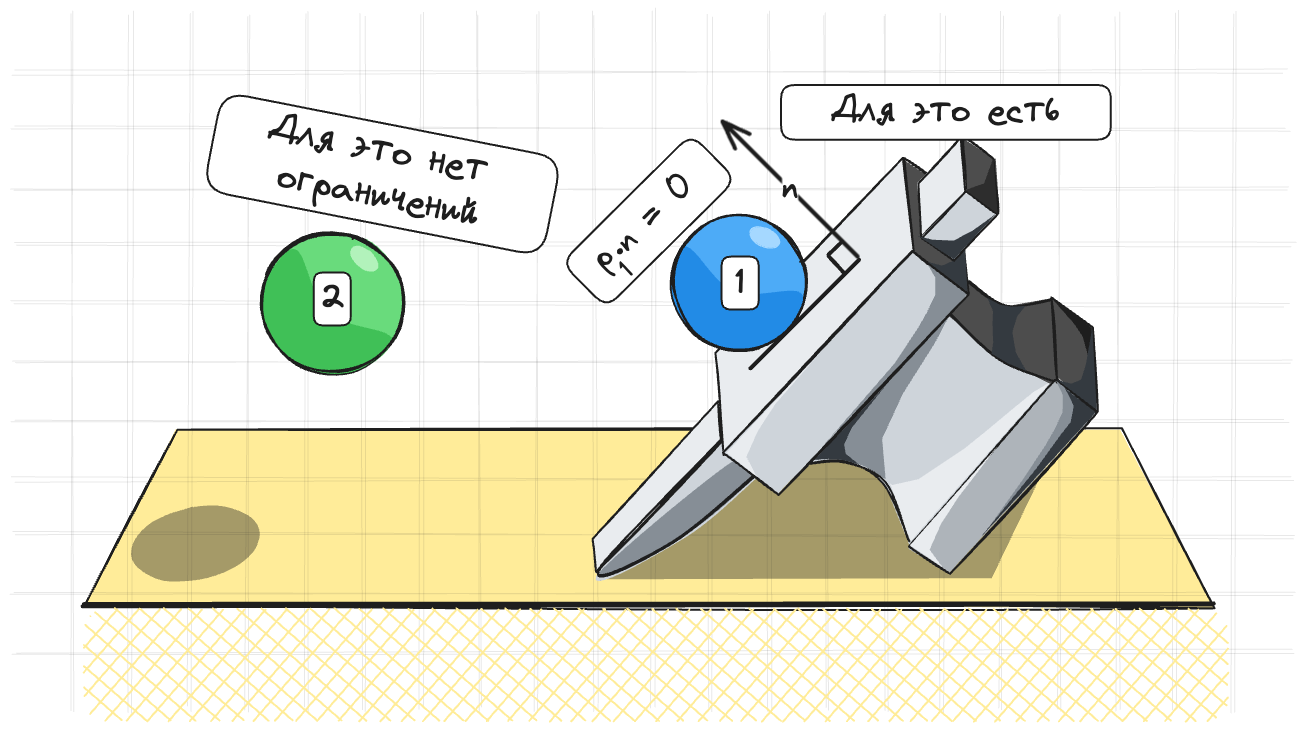
kozakromch/game_physics_2 keeps this Excalidraw diagram as assets/images/constraints/pbd/collision_static.excalidraw.png. Above is the earlier version. Source tidied: one line per element, renumbered; positions are measured from the earlier drawing's top-left corner, leaving out a move shared by most shapes.
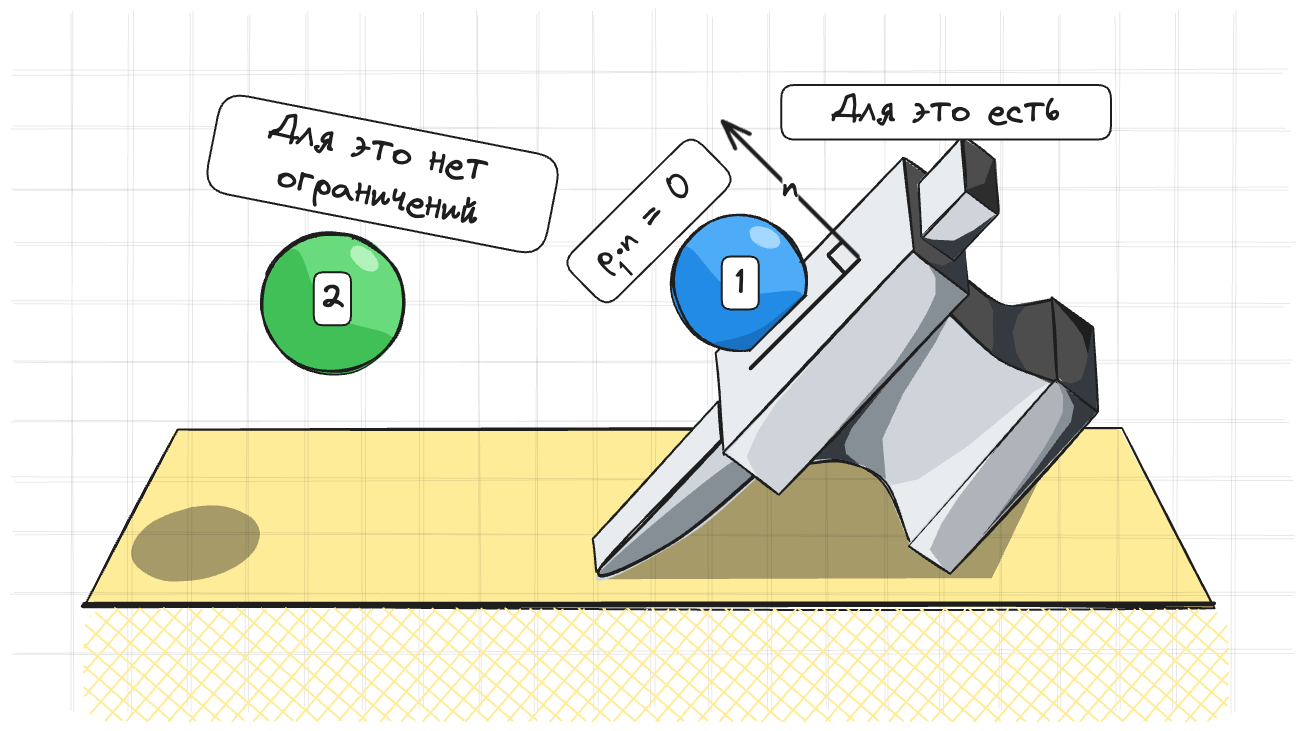
Above is the later version.

Change to the diagram source:
```diff
@@ -9,21 +9,21 @@
 {"id": 8, "type": "line", "strokeColor": "#1e1e1e", "strokeWidth": 1, "roughness": 2, "opacity": 10, "round": true, "x": 290, "y": 174, "width": 1280, "height": 0, "points": [[0, 0], [1280, 0]]}
 {"id": 9, "type": "line", "strokeColor": "#1e1e1e", "strokeWidth": 1, "roughness": 2, "opacity": 10, "round": true, "x": 289, "y": 522, "width": 1282, "height": 0, "points": [[0, 0], [1282, 0]]}
 {"id": 10, "type": "line", "strokeColor": "#1e1e1e", "strokeWidth": 1, "roughness": 2, "opacity": 10, "round": true, "x": 290, "y": 233, "width": 1271, "height": 0, "points": [[0, 0], [1271, 0]]}
-{"id": 11, "type": "line", "strokeColor": "#1e1e1e", "strokeWidth": 1, "roughness": 2, "opacity": 10, "round": true, "x": 290, "y": 580, "width": 1279, "height": 0, "points": [[0, 0], [1279, 0]]}
+{"id": 11, "type": "line", "strokeColor": "#1e1e1e", "strokeWidth": 1, "roughness": 2, "opacity": 10, "round": true, "x": 289, "y": 580, "width": 1279, "height": 0, "points": [[0, 0], [1279, 0]]}
 {"id": 12, "type": "line", "strokeColor": "#1e1e1e", "strokeWidth": 1, "roughness": 2, "opacity": 10, "round": true, "x": 291, "y": 290, "width": 1277, "height": 0, "points": [[0, 0], [1277, 0]]}
-{"id": 13, "type": "line", "strokeColor": "#1e1e1e", "angle": 1.57, "strokeWidth": 1, "roughness": 2, "opacity": 10, "round": true, "x": 581, "y": 288, "width": 696, "height": 0, "points": [[0, 0], [696, 0]]}
+{"id": 13, "type": "line", "strokeColor": "#1e1e1e", "angle": 1.57, "strokeWidth": 1, "roughness": 2, "opacity": 10, "round": true, "x": 581, "y": 289, "width": 696, "height": 0, "points": [[0, 0], [696, 0]]}
-{"id": 14, "type": "line", "strokeColor": "#1e1e1e", "angle": 1.57, "strokeWidth": 1, "roughness": 2, "opacity": 10, "round": true, "x": 233, "y": 290, "width": 696, "height": 0, "points": [[0, 0], [696, 0]]}
+{"id": 14, "type": "line", "strokeColor": "#1e1e1e", "angle": 1.57, "strokeWidth": 1, "roughness": 2, "opacity": 10, "round": true, "x": 232, "y": 290, "width": 696, "height": 0, "points": [[0, 0], [696, 0]]}
 {"id": 15, "type": "line", "strokeColor": "#1e1e1e", "angle": 1.57, "strokeWidth": 1, "roughness": 2, "opacity": 10, "round": true, "x": 523, "y": 290, "width": 697, "height": 0, "points": [[0, 0], [697, 0]]}
 {"id": 16, "type": "line", "strokeColor": "#1e1e1e", "angle": 1.57, "strokeWidth": 1, "roughness": 2, "opacity": 10, "round": true, "x": 174, "y": 290, "width": 697, "height": 0, "points": [[0, 0], [697, 0]]}
-{"id": 17, "type": "line", "strokeColor": "#1e1e1e", "angle": 1.57, "strokeWidth": 1, "roughness": 2, "opacity": 10, "round": true, "x": 465, "y": 290, "width": 697, "height": 0, "points": [[0, 0], [697, 0]]}
+{"id": 17, "type": "line", "strokeColor": "#1e1e1e", "angle": 1.57, "strokeWidth": 1, "roughness": 2, "opacity": 10, "round": true, "x": 464, "y": 290, "width": 697, "height": 0, "points": [[0, 0], [697, 0]]}
 {"id": 18, "type": "line", "strokeColor": "#1e1e1e", "angle": 1.57, "strokeWidth": 1, "roughness": 2, "opacity": 10, "round": true, "x": 116, "y": 290, "width": 697, "height": 0, "points": [[0, 0], [697, 0]]}
 {"id": 19, "type": "line", "strokeColor": "#1e1e1e", "angle": 1.57, "strokeWidth": 1, "roughness": 2, "opacity": 10, "round": true, "x": 406, "y": 290, "width": 697, "height": 0, "points": [[0, 0], [697, 0]]}
 {"id": 20, "type": "line", "strokeColor": "#1e1e1e", "angle": 1.57, "strokeWidth": 1, "roughness": 2, "opacity": 10, "round": true, "x": 58, "y": 290, "width": 697, "height": 0, "points": [[0, 0], [697, 0]]}
-{"id": 21, "type": "line", "strokeColor": "#1e1e1e", "angle": 1.57, "strokeWidth": 1, "roughness": 2, "opacity": 10, "round": true, "x": 349, "y": 290, "width": 697, "height": 0, "points": [[0, 0], [697, 0]]}
+{"id": 21, "type": "line", "strokeColor": "#1e1e1e", "angle": 1.57, "strokeWidth": 1, "roughness": 2, "opacity": 10, "round": true, "x": 348, "y": 290, "width": 697, "height": 0, "points": [[0, 0], [697, 0]]}
 {"id": 22, "type": "line", "strokeColor": "#1e1e1e", "angle": 1.57, "strokeWidth": 1, "roughness": 2, "opacity": 10, "round": true, "x": 0, "y": 290, "width": 697, "height": 0, "points": [[0, 0], [697, 0]]}
 {"id": 23, "type": "line", "strokeColor": "#1e1e1e", "angle": 1.57, "strokeWidth": 1, "roughness": 2, "opacity": 10, "round": true, "x": 290, "y": 290, "width": 696, "height": 0, "points": [[0, 0], [696, 0]]}
 {"id": 24, "type": "line", "strokeColor": "#1e1e1e", "angle": 1.57, "strokeWidth": 1, "roughness": 2, "opacity": 10, "round": true, "x": 639, "y": 290, "width": 697, "height": 0, "points": [[0, 0], [697, 0]]}
-{"id": 25, "type": "line", "strokeColor": "#1e1e1e", "angle": 1.57, "strokeWidth": 1, "roughness": 2, "opacity": 10, "round": true, "x": 929, "y": 290, "width": 696, "height": 0, "points": [[0, 0], [696, 0]]}
+{"id": 25, "type": "line", "strokeColor": "#1e1e1e", "angle": 1.57, "strokeWidth": 1, "roughness": 2, "opacity": 10, "round": true, "x": 929, "y": 291, "width": 696, "height": 0, "points": [[0, 0], [696, 0]]}
 {"id": 26, "type": "line", "strokeColor": "#1e1e1e", "angle": 1.57, "strokeWidth": 1, "roughness": 2, "opacity": 10, "round": true, "x": 871, "y": 290, "width": 697, "height": 0, "points": [[0, 0], [697, 0]]}
 {"id": 27, "type": "line", "strokeColor": "#1e1e1e", "angle": 1.57, "strokeWidth": 1, "roughness": 2, "opacity": 10, "round": true, "x": 1161, "y": 290, "width": 697, "height": 0, "points": [[0, 0], [697, 0]]}
 {"id": 28, "type": "line", "strokeColor": "#1e1e1e", "angle": 1.57, "strokeWidth": 1, "roughness": 2, "opacity": 10, "round": true, "x": 813, "y": 291, "width": 697, "height": 0, "points": [[0, 0], [697, 0]]}
@@ -31,7 +31,7 @@
 {"id": 30, "type": "line", "strokeColor": "#1e1e1e", "angle": 1.57, "strokeWidth": 1, "roughness": 2, "opacity": 10, "round": true, "x": 755, "y": 290, "width": 697, "height": 0, "points": [[0, 0], [697, 0]]}
 {"id": 31, "type": "line", "strokeColor": "#1e1e1e", "angle": 1.57, "strokeWidth": 1, "roughness": 2, "opacity": 10, "round": true, "x": 1045, "y": 291, "width": 697, "height": 0, "points": [[0, 0], [697, 0]]}
 {"id": 32, "type": "line", "strokeColor": "#1e1e1e", "angle": 1.57, "strokeWidth": 1, "roughness": 2, "opacity": 10, "round": true, "x": 697, "y": 290, "width": 697, "height": 0, "points": [[0, 0], [697, 0]]}
-{"id": 33, "type": "line", "strokeColor": "#1e1e1e", "angle": 1.57, "strokeWidth": 1, "roughness": 2, "opacity": 10, "round": true, "x": 987, "y": 290, "width": 696, "height": 0, "points": [[0, 0], [696, 0]]}
+{"id": 33, "type": "line", "strokeColor": "#1e1e1e", "angle": 1.57, "strokeWidth": 1, "roughness": 2, "opacity": 10, "round": true, "x": 987, "y": 291, "width": 696, "height": 0, "points": [[0, 0], [696, 0]]}
 {"id": 34, "type": "line", "strokeColor": "#1e1e1e", "strokeWidth": 4, "roughness": 1, "round": true, "x": 360, "y": 533, "width": 1130, "height": 0, "points": [[0, 0], [1130, 0]]}
 {"id": 35, "type": "line", "strokeColor": "transparent", "angle": -0.91, "backgroundColor": "#ced4da", "fillStyle": "solid", "strokeWidth": 2, "roughness": 0, "x": 1315, "y": 430, "width": 225, "height": 157, "points": [[0, 0], [-19, -63], [-11, -136], [-225, -157], [-192, -117], [-184, -96], [-186, -74], [-221, -14], [0, 0]]}
 {"id": 36, "type": "line", "strokeColor": "transparent", "angle": 2.09, "backgroundColor": "#e9ecef", "fillStyle": "solid", "strokeWidth": 2, "roughness": 0, "x": 1142, "y": 331, "width": 198, "height": 86, "points": [[0, 0], [18, 10], [47, 21], [76, 32], [101, 41], [129, 55], [151, 66], [169, 86], [198, 40], [0, 0]]}
@@ -42,7 +42,7 @@
 {"id": 41, "type": "line", "strokeColor": "#1e1e1e", "angle": -0.91, "backgroundColor": "#ced4da", "fillStyle": "solid", "strokeWidth": 2, "roughness": 1, "round": true, "x": 1275, "y": 215, "width": 17, "height": 128, "points": [[0, 0], [-5, 68], [12, 128]]}
 {"id": 42, "type": "line", "strokeColor": "#1e1e1e", "angle": -0.91, "backgroundColor": "#4d4d4d", "fillStyle": "solid", "strokeWidth": 2, "roughness": 1, "x": 1382, "y": 229, "width": 64, "height": 107, "points": [[0, 0], [2, 51], [-62, 107], [-61, 55], [0, 0]]}
 {"id": 43, "type": "line", "strokeColor": "#1e1e1e", "angle": -0.91, "backgroundColor": "#aeb4ba", "fillStyle": "solid", "strokeWidth": 2, "roughness": 1, "x": 1390, "y": 388, "width": 221, "height": 67, "points": [[0, 0], [0, 53], [-218, 36], [-221, -14], [0, 0]]}
-{"id": 44, "type": "line", "strokeColor": "#1e1e1e", "angle": -0.91, "backgroundColor": "#4d4d4d", "fillStyle": "solid", "strokeWidth": 2, "roughness": 1, "x": 1277, "y": 104, "width": 42, "height": 75, "points": [[0, 0], [-1, -38], [-42, -2], [-40, 37], [0, 0]]}
+{"id": 44, "type": "line", "strokeColor": "#1e1e1e", "angle": -0.91, "backgroundColor": "#4d4d4d", "fillStyle": "solid", "strokeWidth": 2, "roughness": 1, "x": 1278, "y": 104, "width": 42, "height": 75, "points": [[0, 0], [-1, -38], [-42, -2], [-40, 37], [0, 0]]}
 {"id": 45, "type": "line", "strokeColor": "#1e1e1e", "angle": -0.91, "backgroundColor": "#e9ecef", "fillStyle": "solid", "strokeWidth": 2, "roughness": 1, "x": 1270, "y": 101, "width": 103, "height": 42, "points": [[0, 0], [-62, -5], [-103, 30], [-40, 37], [0, 0]]}
 {"id": 46, "type": "line", "strokeColor": "#1e1e1e", "angle": -0.91, "backgroundColor": "#e9ecef", "fillStyle": "solid", "strokeWidth": 2, "roughness": 1, "x": 1009, "y": 438, "width": 210, "height": 43, "points": [[0, 0], [31, -28], [-155, -43], [-179, -20], [0, 0]]}
 {"id": 47, "type": "line", "strokeColor": "transparent", "angle": -0.91, "backgroundColor": "#868e96", "fillStyle": "solid", "strokeWidth": 2, "roughness": 0, "x": 1382, "y": 412, "width": 160, "height": 49, "points": [[0, 0], [1, -49], [-6, -35], [-20, -25], [-39, -21], [-58, -18], [-99, -15], [-159, -13], [0, 0]]}
@@ -63,12 +63,13 @@
 {"id": 62, "type": "line", "strokeColor": "transparent", "angle": -0.97, "backgroundColor": "#343a40", "fillStyle": "solid", "strokeWidth": 2, "roughness": 0, "x": 1211, "y": 155, "width": 65, "height": 50, "points": [[0, 0], [-2, 49], [63, -1], [29, 15], [14, 19], [5, 14], [0, 0]]}
 {"id": 63, "type": "line", "strokeColor": "#1e1e1e", "angle": -0.91, "backgroundColor": "#ced4da", "fillStyle": "solid", "strokeWidth": 2, "roughness": 1, "x": 1269, "y": 177, "width": 65, "height": 45, "points": [[0, 0], [-1, -39], [-65, -45], [-63, -6], [0, 0]]}
 {"id": 64, "type": "line", "strokeColor": "transparent", "angle": -0.97, "backgroundColor": "#343a40", "fillStyle": "solid", "strokeWidth": 2, "roughness": 0, "x": 1202, "y": 127, "width": 63, "height": 52, "points": [[0, 0], [1, 42], [63, 52], [36, 42], [16, 32], [5, 14], [0, 0]]}
-{"id": 65, "type": "line", "strokeColor": "transparent", "angle": -0.91, "backgroundColor": "#2d2d2d", "fillStyle": "solid", "strokeWidth": 2, "roughness": 1, "x": 1291, "y": 97, "width": 42, "height": 39, "points": [[0, 0], [-25, 8], [-42, -2], [-40, 37], [0, 0]]}
+{"id": 65, "type": "line", "strokeColor": "transparent", "angle": -0.91, "backgroundColor": "#2d2d2d", "fillStyle": "solid", "strokeWidth": 2, "roughness": 1, "x": 1292, "y": 97, "width": 42, "height": 39, "points": [[0, 0], [-25, 8], [-42, -2], [-40, 37], [0, 0]]}
 {"id": 66, "type": "line", "strokeColor": "transparent", "angle": 2.23, "backgroundColor": "#e9ecef", "fillStyle": "solid", "strokeWidth": 2, "roughness": 0, "x": 1126, "y": 359, "width": 135, "height": 39, "points": [[0, 0], [1, -39], [-9, -18], [-36, -11], [-69, -9], [-135, -13], [0, 0]]}
 {"id": 67, "type": "ellipse", "strokeColor": "#1e1e1e", "angle": 2.57, "backgroundColor": "#4dabf7", "fillStyle": "solid", "strokeWidth": 2, "roughness": 1, "x": 948, "y": 144, "width": 136, "height": 136}
 {"id": 68, "type": "line", "strokeColor": "transparent", "angle": 6.89, "backgroundColor": "#228be6", "fillStyle": "solid", "strokeWidth": 1, "roughness": 0, "round": true, "x": 1013, "y": 273, "width": 133, "height": 92, "points": [[0, 0], [22, -6], [40, -19], [53, -40], [58, -69], [45, -92], [-8, -56], [-67, -66], [-75, -58], [-68, -34], [-54, -16], [-31, -3], [0, 0]]}
 {"id": 69, "type": "ellipse", "strokeColor": "#a5d8ff", "angle": 6.71, "backgroundColor": "#a5d8ff", "fillStyle": "solid", "strokeWidth": 1, "roughness": 1, "round": true, "x": 1025, "y": 157, "width": 31, "height": 18}
 {"id": 70, "type": "ellipse", "strokeColor": "#1e1e1e", "angle": 1.13, "strokeWidth": 2, "roughness": 1, "round": true, "x": 948, "y": 145, "width": 136, "height": 132}
+{"id": 96, "type": "line", "strokeColor": "transparent", "angle": -0.91, "backgroundColor": "#e9ecef", "fillStyle": "solid", "strokeWidth": 2, "roughness": 1, "x": 1008, "y": 229, "width": 146, "height": 63, "points": [[0, 0], [127, 16], [140, 63], [-6, 41], [0, 0]]}
 {"id": 71, "type": "arrow", "strokeColor": "#1e1e1e", "backgroundColor": "#868e96", "fillStyle": "solid", "strokeWidth": 4, "roughness": 0, "endArrowhead": "arrow", "x": 1134, "y": 185, "width": 135, "height": 135, "points": [[0, 0], [-135, -135]]}
 {"id": 72, "type": "text", "text": "n", "strokeColor": "#1e1e1e", "backgroundColor": "#ffffff", "fillStyle": "solid", "strokeWidth": 4, "roughness": 0, "fontSize": 34.34, "fontFamily": 1, "textAlign": "center", "verticalAlign": "middle", "inside": 71, "x": 649, "y": 96, "width": 16, "height": 43}
 {"id": 73, "type": "line", "strokeColor": "#1e1e1e", "backgroundColor": "#868e96", "fillStyle": "solid", "strokeWidth": 4, "roughness": 0, "x": 1135, "y": 188, "width": 109, "height": 109, "points": [[0, 0], [-109, 109]]}
@@ -94,3 +95,5 @@
 {"id": 93, "type": "text", "text": "2", "strokeColor": "#1e1e1e", "backgroundColor": "#ffffff", "fillStyle": "solid", "strokeWidth": 2, "roughness": 0, "fontSize": 34.34, "fontFamily": 1, "textAlign": "center", "verticalAlign": "middle", "inside": 92, "x": 596, "y": 206, "width": 24, "height": 43}
 {"id": 94, "type": "ellipse", "strokeColor": "transparent", "angle": 6.08, "backgroundColor": "#1e1e1e", "fillStyle": "solid", "strokeWidth": 2, "roughness": 1, "opacity": 40, "x": 407, "y": 436, "width": 130, "height": 71}
 {"id": 95, "type": "text", "text": ".", "strokeColor": "#1e1e1e", "backgroundColor": "#1e1e1e", "fillStyle": "solid", "strokeWidth": 2, "roughness": 1, "fontSize": 36, "fontFamily": 1, "x": 891, "y": 150, "width": 10, "height": 45}
+{"id": 97, "type": "line", "strokeColor": "transparent", "angle": 6.89, "backgroundColor": "#1971c2", "fillStyle": "solid", "strokeWidth": 1, "roughness": 0, "round": true, "x": 1009, "y": 293, "width": 48, "height": 90, "points": [[0, 0], [16, -5], [35, -18], [41, -48], [47, -80], [48, -90], [38, -55], [31, -38], [19, -20], [0, 0]]}
+{"id": 98, "type": "line", "strokeColor": "#1e1e1e", "strokeWidth": 2, "roughness": 1, "round": true, "x": 1027, "y": 278, "width": 54, "height": 55, "points": [[0, 0], [54, -55]]}
```
